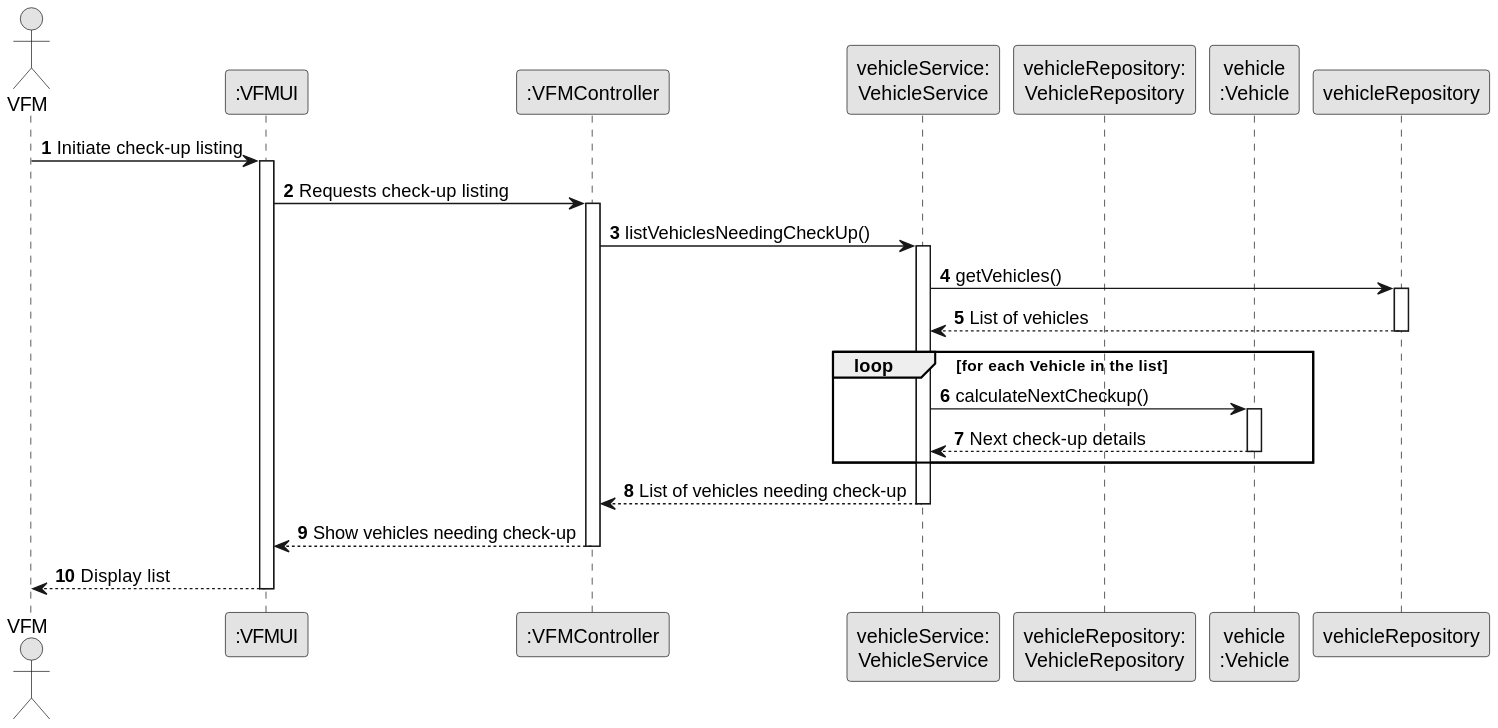
Mendoncaa/LAPR2 keeps this PlantUML diagram as docs/sprintB/us008/03.design/svg/us08-sequence-diagram.svg. Above is the earlier version.
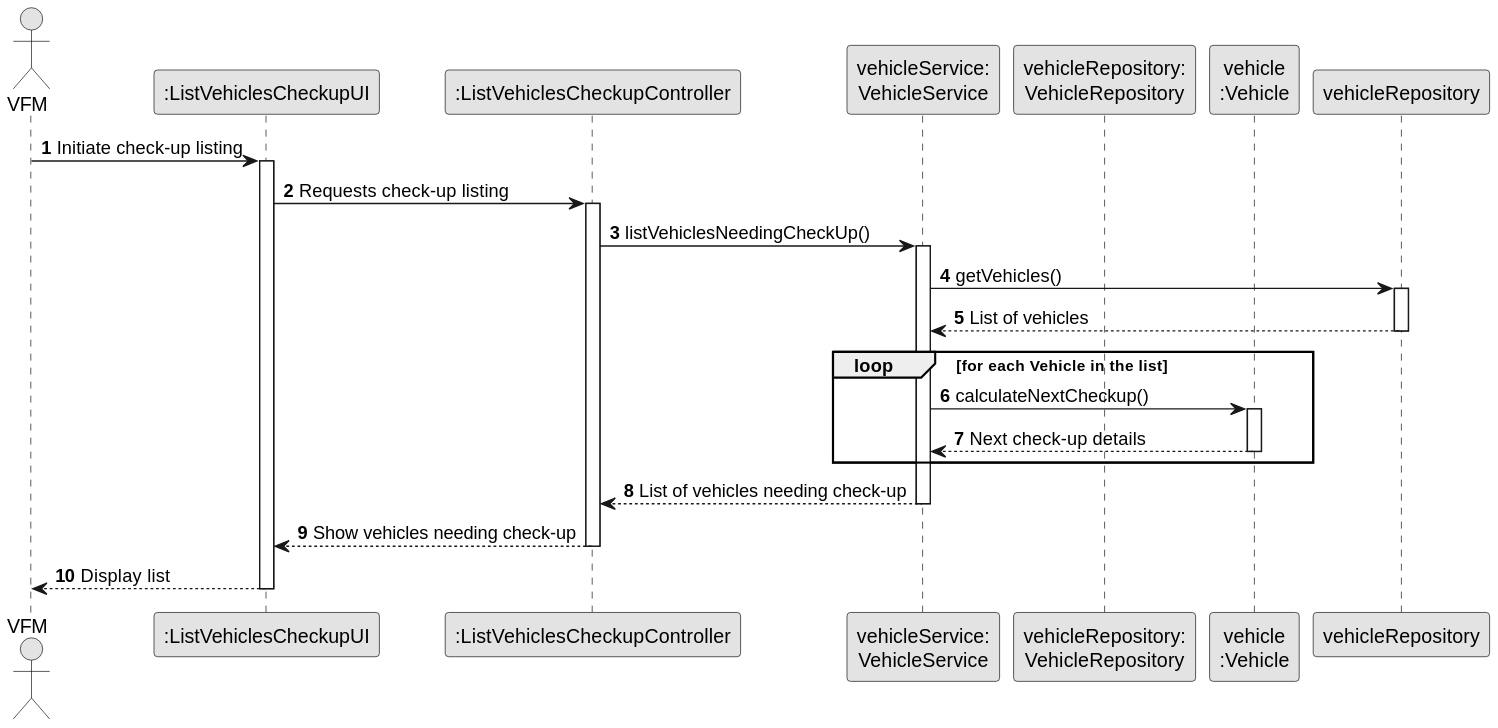
After the commit.

Diff of the diagram source:
```diff
@@ -4,21 +4,21 @@
 skinparam shadowing false
 
 actor "VFM" as VFM
-participant ":VFMUI" as VFMUI
-participant ":VFMController" as VFMController
+participant ":ListVehiclesCheckupUI" as ListVehiclesCheckupUI
+participant ":ListVehiclesCheckupController" as ListVehiclesCheckupController
 participant "vehicleService:\nVehicleService" as VehicleService
 participant "vehicleRepository:\nVehicleRepository" as VehicleRepository
 participant "vehicle\n:Vehicle" as Vehicle
 
 autonumber
 
-VFM -> VFMUI : Initiate check-up listing
-activate VFMUI
+VFM -> ListVehiclesCheckupUI : Initiate check-up listing
+activate ListVehiclesCheckupUI
 
-VFMUI -> VFMController : Requests check-up listing
-activate VFMController
+ListVehiclesCheckupUI -> ListVehiclesCheckupController : Requests check-up listing
+activate ListVehiclesCheckupController
 
-VFMController -> VehicleService : listVehiclesNeedingCheckUp()
+ListVehiclesCheckupController -> VehicleService : listVehiclesNeedingCheckUp()
 activate VehicleService
 
 VehicleService -> vehicleRepository : getVehicles()
@@ -35,12 +35,12 @@
     deactivate Vehicle
 end
 
-VehicleService --> VFMController : List of vehicles needing check-up
+VehicleService --> ListVehiclesCheckupController : List of vehicles needing check-up
 deactivate VehicleService
 
-VFMController --> VFMUI : Show vehicles needing check-up
-deactivate VFMController
+ListVehiclesCheckupController --> ListVehiclesCheckupUI : Show vehicles needing check-up
+deactivate ListVehiclesCheckupController
 
-VFMUI --> VFM : Display list
-deactivate VFMUI
+ListVehiclesCheckupUI --> VFM : Display list
+deactivate ListVehiclesCheckupUI
 @enduml
```
